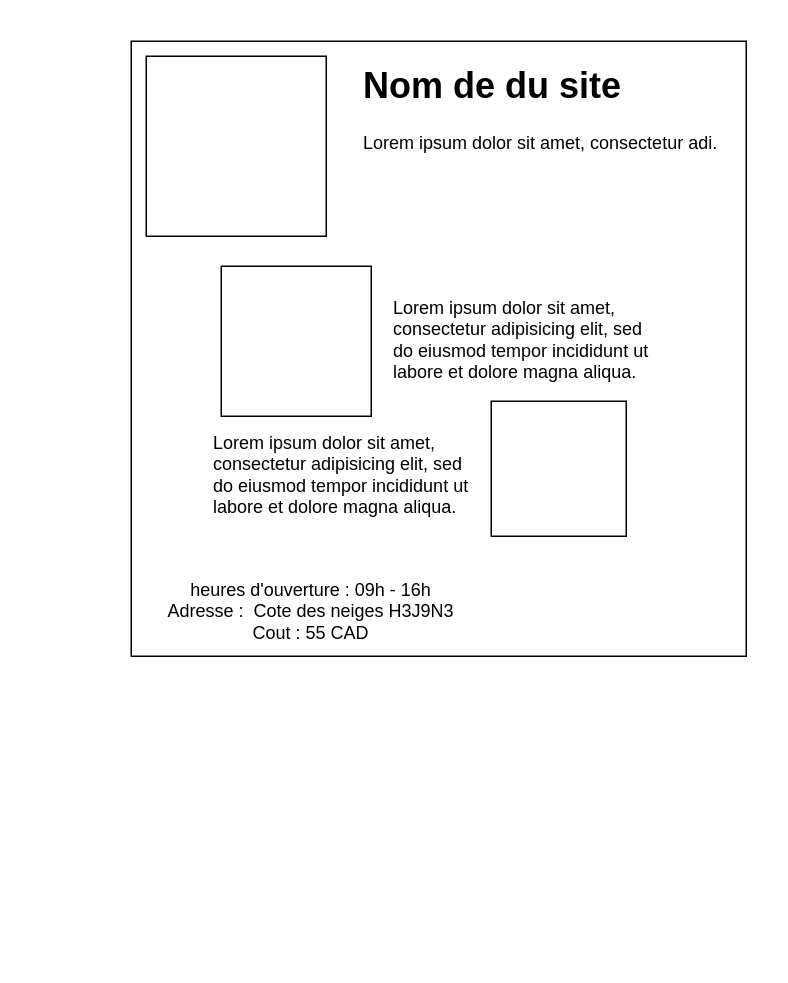
This is page "details-main-section" (3 of 6) of src/Autres fichiers/proto_home_21_08.drawio from arseneRuben/programmation-web-tp, a draw.io file, before an edit. Source tidied: cells renumbered, new cells numbered last; positions are measured from the earlier drawing's top-left corner, leaving out a move shared by most shapes. Both pictures are drawn from the tidied source at 150%, with x=0, y=0 at pixel (26, 40).
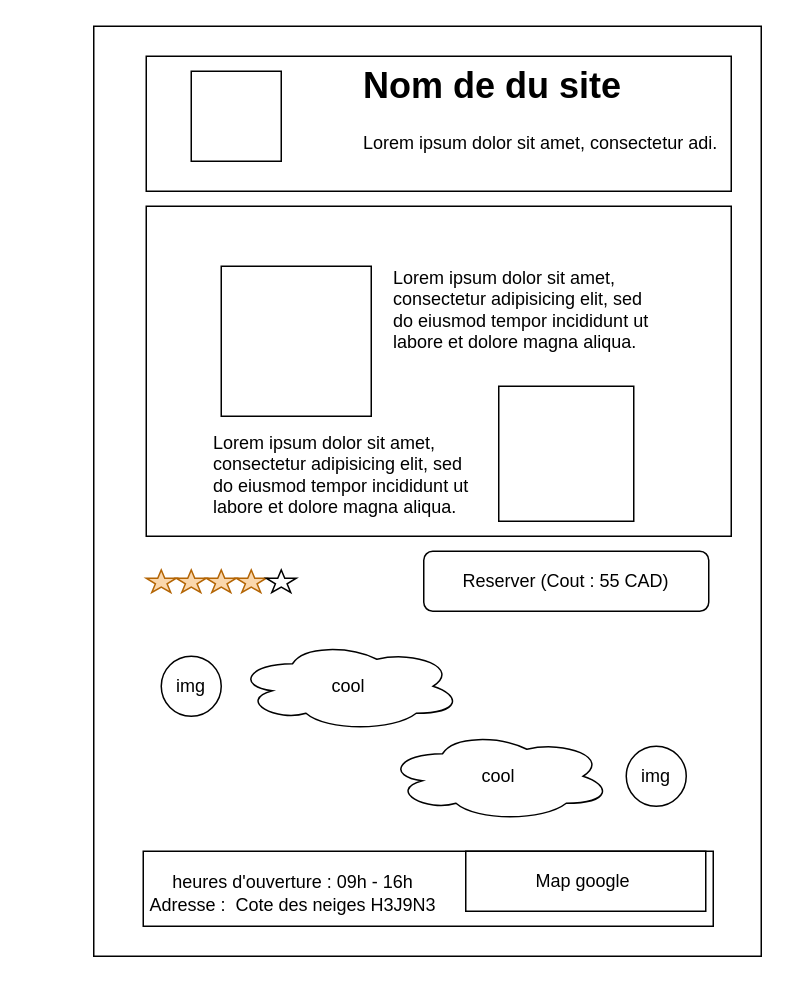
The same diagram, later.

What changed in the source:
```diff
@@
-    <mxCell id="2" style="whiteSpace=wrap;html=1;strokeWidth=1;" parent="1" vertex="1">
-      <mxGeometry x="70" width="410" height="410" as="geometry" />
-    </mxCell>
+    <mxCell id="10" style="rounded=0;whiteSpace=wrap;html=1;strokeWidth=1;" parent="1" vertex="1">
+      <mxGeometry x="45" y="-10" width="445" height="620" as="geometry" />
+    </mxCell>
+    <mxCell id="11" style="rounded=0;whiteSpace=wrap;html=1;strokeWidth=1;" parent="1" vertex="1">
+      <mxGeometry x="80" y="10" width="390" height="90" as="geometry" />
+    </mxCell>
@@
     <mxCell id="4" style="whiteSpace=wrap;html=1;strokeWidth=1;" parent="1" vertex="1">
-      <mxGeometry x="80" y="10" width="120" height="120" as="geometry" />
+      <mxGeometry x="110" y="20" width="60" height="60" as="geometry" />
     </mxCell>
+    <mxCell id="12" style="rounded=0;whiteSpace=wrap;html=1;strokeWidth=1;" parent="1" vertex="1">
+      <mxGeometry x="80" y="110" width="390" height="220" as="geometry" />
+    </mxCell>
@@
+    <mxCell id="13" style="rounded=0;whiteSpace=wrap;html=1;strokeWidth=1;" parent="1" vertex="1">
+      <mxGeometry x="78" y="540" width="380" height="50" as="geometry" />
+    </mxCell>
     <mxCell id="6" style="whiteSpace=wrap;html=1;strokeWidth=1;" parent="1" vertex="1">
-      <mxGeometry x="310" y="240" width="90" height="90" as="geometry" />
+      <mxGeometry x="315" y="230" width="90" height="90" as="geometry" />
     </mxCell>
-    <mxCell id="7" value="heures d'ouverture : 09h - 16h&lt;br&gt;Adresse :&amp;nbsp; Cote des neiges H3J9N3&lt;br&gt;Cout : 55 CAD" style="text;html=1;strokeColor=none;fillColor=none;align=center;verticalAlign=middle;whiteSpace=wrap;rounded=0;" parent="1" vertex="1">
-      <mxGeometry y="330" width="380" height="100" as="geometry" />
+    <mxCell id="7" value="heures d'ouverture : 09h - 16h&lt;br&gt;Adresse :&amp;nbsp; Cote des neiges H3J9N3&lt;br&gt;" style="text;html=1;strokeColor=none;fillColor=none;align=center;verticalAlign=middle;whiteSpace=wrap;rounded=0;" parent="1" vertex="1">
+      <mxGeometry x="73" y="540" width="210" height="55" as="geometry" />
     </mxCell>
     <mxCell id="8" value="&lt;h1&gt;&lt;br&gt;&lt;/h1&gt;&lt;p&gt;Lorem ipsum dolor sit amet, consectetur adipisicing elit, sed do eiusmod tempor incididunt ut labore et dolore magna aliqua.&lt;/p&gt;" style="text;html=1;strokeColor=none;fillColor=none;spacing=5;spacingTop=-20;whiteSpace=wrap;overflow=hidden;rounded=0;" parent="1" vertex="1">
-      <mxGeometry x="240" y="120" width="190" height="130" as="geometry" />
+      <mxGeometry x="240" y="100" width="190" height="130" as="geometry" />
     </mxCell>
@@
+    <mxCell id="14" value="Map google&amp;nbsp;" style="whiteSpace=wrap;html=1;align=center;strokeWidth=1;" parent="1" vertex="1">
+      <mxGeometry x="293" y="540" width="160" height="40" as="geometry" />
+    </mxCell>
+    <mxCell id="15" value="&lt;span style=&quot;&quot;&gt;Reserver (Cout : 55 CAD)&lt;/span&gt;" style="rounded=1;whiteSpace=wrap;html=1;strokeWidth=1;" parent="1" vertex="1">
+      <mxGeometry x="265" y="340" width="190" height="40" as="geometry" />
+    </mxCell>
+    <mxCell id="16" value="img" style="ellipse;whiteSpace=wrap;html=1;strokeWidth=1;" parent="1" vertex="1">
+      <mxGeometry x="90" y="410" width="40" height="40" as="geometry" />
+    </mxCell>
+    <mxCell id="17" value="cool" style="ellipse;shape=cloud;whiteSpace=wrap;html=1;strokeWidth=1;" parent="1" vertex="1">
+      <mxGeometry x="140" y="400" width="150" height="60" as="geometry" />
+    </mxCell>
+    <mxCell id="18" value="img" style="ellipse;whiteSpace=wrap;html=1;strokeWidth=1;" parent="1" vertex="1">
+      <mxGeometry x="400" y="470" width="40" height="40" as="geometry" />
+    </mxCell>
+    <mxCell id="19" value="cool" style="ellipse;shape=cloud;whiteSpace=wrap;html=1;strokeWidth=1;" parent="1" vertex="1">
+      <mxGeometry x="240" y="460" width="150" height="60" as="geometry" />
+    </mxCell>
+    <mxCell id="20" style="verticalLabelPosition=bottom;verticalAlign=top;html=1;shape=mxgraph.basic.star;strokeWidth=1;fillColor=#fad7ac;strokeColor=#b46504;" parent="1" vertex="1">
+      <mxGeometry x="80" y="352.5" width="20" height="15" as="geometry" />
+    </mxCell>
+    <mxCell id="21" style="verticalLabelPosition=bottom;verticalAlign=top;html=1;shape=mxgraph.basic.star;strokeWidth=1;fillColor=#fad7ac;strokeColor=#b46504;" parent="1" vertex="1">
+      <mxGeometry x="100" y="352.5" width="20" height="15" as="geometry" />
+    </mxCell>
+    <mxCell id="22" style="verticalLabelPosition=bottom;verticalAlign=top;html=1;shape=mxgraph.basic.star;strokeWidth=1;fillColor=#fad7ac;strokeColor=#b46504;" parent="1" vertex="1">
+      <mxGeometry x="120" y="352.5" width="20" height="15" as="geometry" />
+    </mxCell>
+    <mxCell id="23" style="verticalLabelPosition=bottom;verticalAlign=top;html=1;shape=mxgraph.basic.star;strokeWidth=1;fillColor=#fad7ac;strokeColor=#b46504;" parent="1" vertex="1">
+      <mxGeometry x="140" y="352.5" width="20" height="15" as="geometry" />
+    </mxCell>
+    <mxCell id="24" style="verticalLabelPosition=bottom;verticalAlign=top;html=1;shape=mxgraph.basic.star;strokeWidth=1;" parent="1" vertex="1">
+      <mxGeometry x="160" y="352.5" width="20" height="15" as="geometry" />
+    </mxCell>
```
